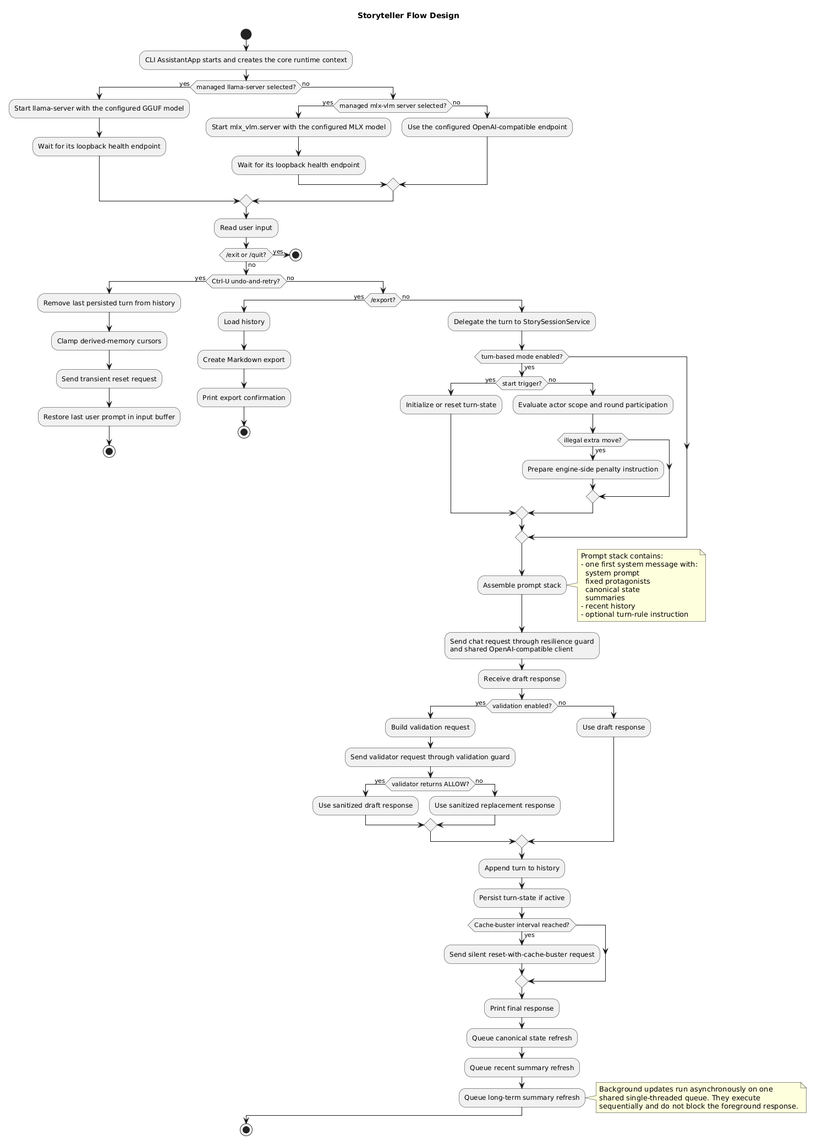
Above: docs/architecture/02-storyteller-flow-design.png in jbrugman/Assistant (PlantUML), before the change.
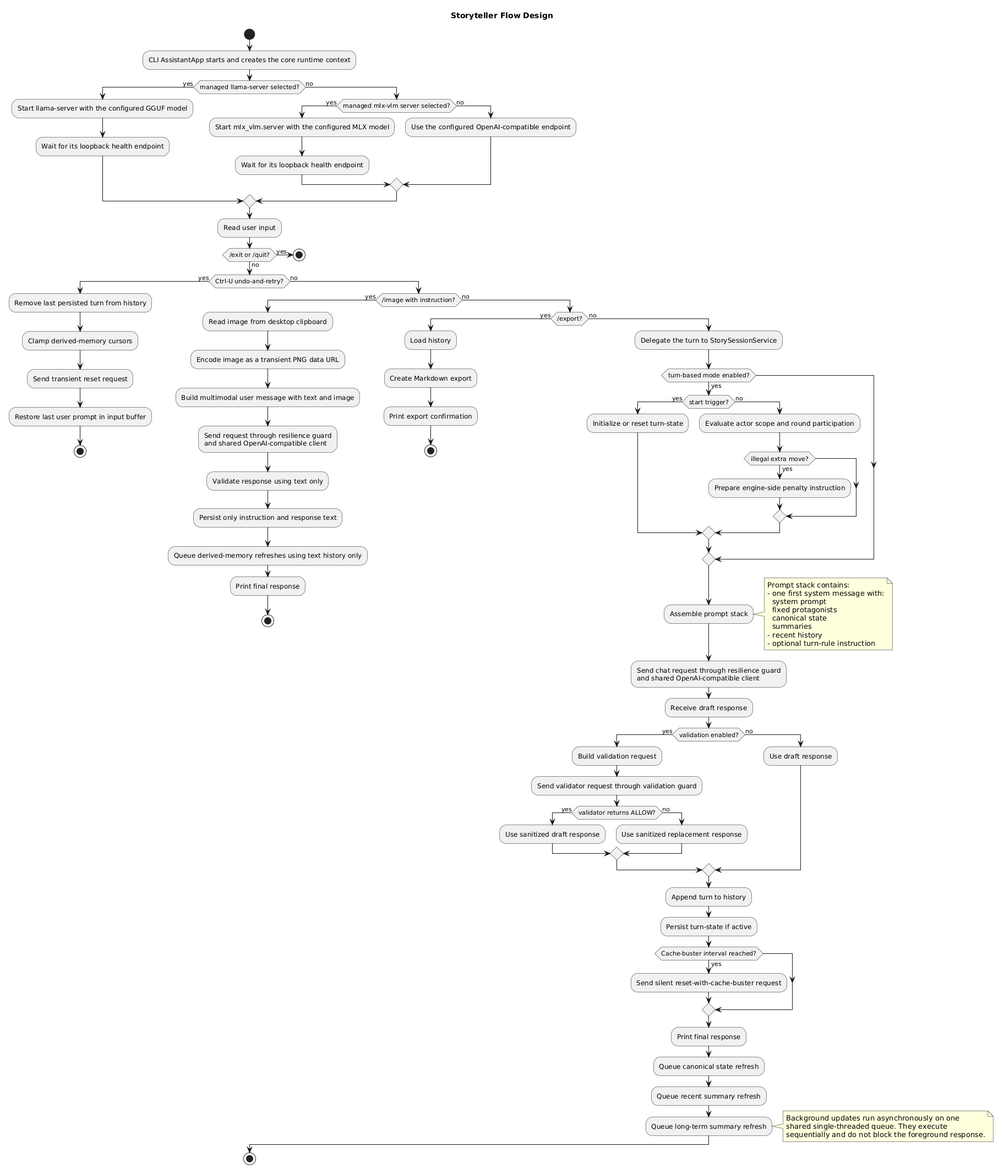
After the change.

Change to the diagram source:
```diff
@@ -30,6 +30,19 @@
     :Restore last user prompt in input buffer;
     stop
   else (no)
+
+    if (/image with instruction?) then (yes)
+      :Read image from desktop clipboard;
+      :Encode image as a transient PNG data URL;
+      :Build multimodal user message with text and image;
+      :Send request through resilience guard
+      and shared OpenAI-compatible client;
+      :Validate response using text only;
+      :Persist only instruction and response text;
+      :Queue derived-memory refreshes using text history only;
+      :Print final response;
+      stop
+    else (no)
 
     if (/export?) then (yes)
       :Load history;
@@ -100,6 +113,7 @@
       end note
 
     endif
+    endif
   endif
 endif
 
```
